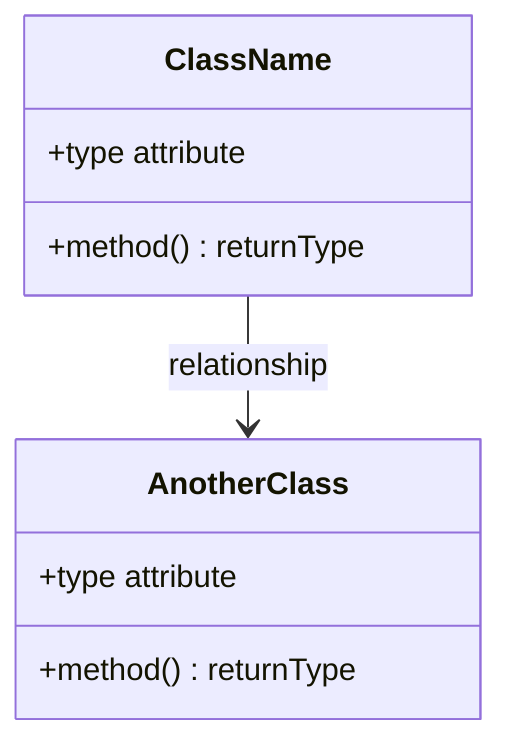
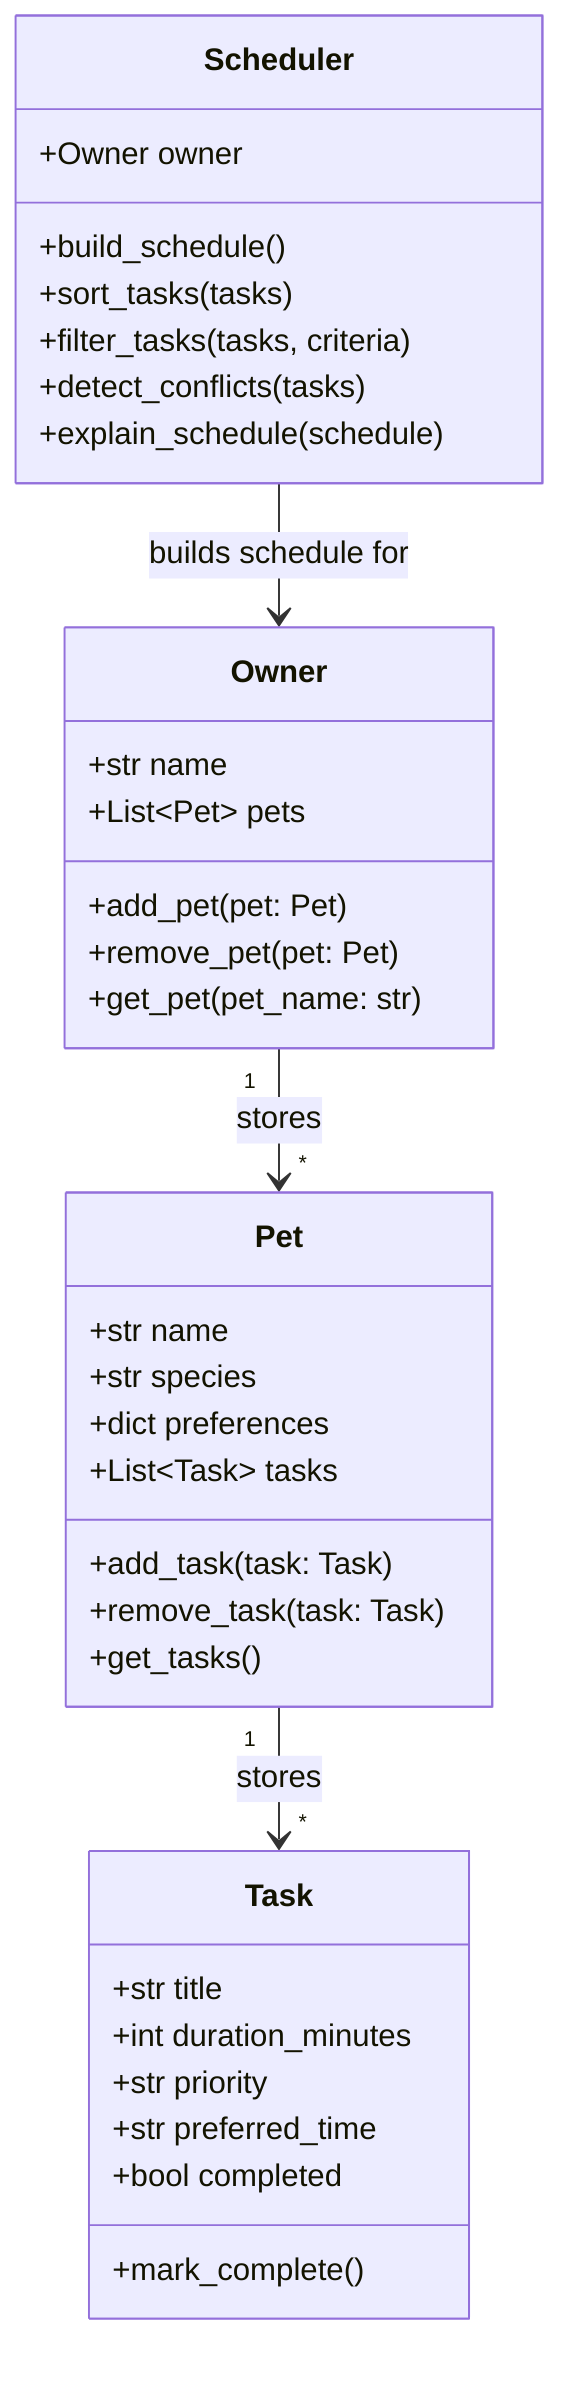
classDiagram
-     %% Replace the placeholders below with your actual classes, attributes, methods, and relationships.
-     %% Keep this file updated so it matches your final implementation.
- 
-     class ClassName {
-         +type attribute
-         +method() returnType
+     class Owner {
+         +str name
+         +List~Pet~ pets
+         +add_pet(pet: Pet)
+         +remove_pet(pet: Pet)
+         +get_pet(pet_name: str)
    }

-     class AnotherClass {
-         +type attribute
-         +method() returnType
+     class Pet {
+         +str name
+         +str species
+         +dict preferences
+         +List~Task~ tasks
+         +add_task(task: Task)
+         +remove_task(task: Task)
+         +get_tasks()
    }

-     ClassName --> AnotherClass : relationship
+     class Task {
+         +str title
+         +int duration_minutes
+         +str priority
+         +str preferred_time
+         +bool completed
+         +mark_complete()
+     }
+ 
+     class Scheduler {
+         +Owner owner
+         +build_schedule()
+         +sort_tasks(tasks)
+         +filter_tasks(tasks, criteria)
+         +detect_conflicts(tasks)
+         +explain_schedule(schedule)
+     }
+ 
+     Owner "1" --> "*" Pet : stores
+     Pet "1" --> "*" Task : stores
+     Scheduler --> Owner : builds schedule for
